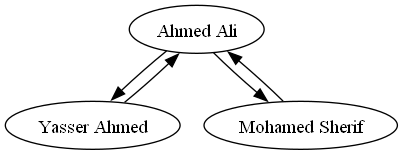
Above: App/graph.dot.png in Ahmedgamalsoli/XML_DSA (Graphviz), before the change. Its source is kept beside it as App/graph.dot. Source of this version:
```dot
digraph UserGraph {
  1 [label="Ahmed Ali"];
  1 -> 2;
  1 -> 3;
  2 [label="Yasser Ahmed"];
  2 -> 1;
  3 [label="Mohamed Sherif"];
  3 -> 1;
}
```
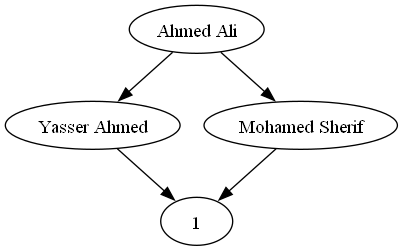
Above is the later version.

What changed in the source:
```diff
@@ -1,7 +1,7 @@
 digraph UserGraph {
-  1 [label="Ahmed Ali"];
-  1 -> 2;
-  1 -> 3;
+  5 [label="Ahmed Ali"];
+  5 -> 2;
+  5 -> 3;
   2 [label="Yasser Ahmed"];
   2 -> 1;
   3 [label="Mohamed Sherif"];
```
